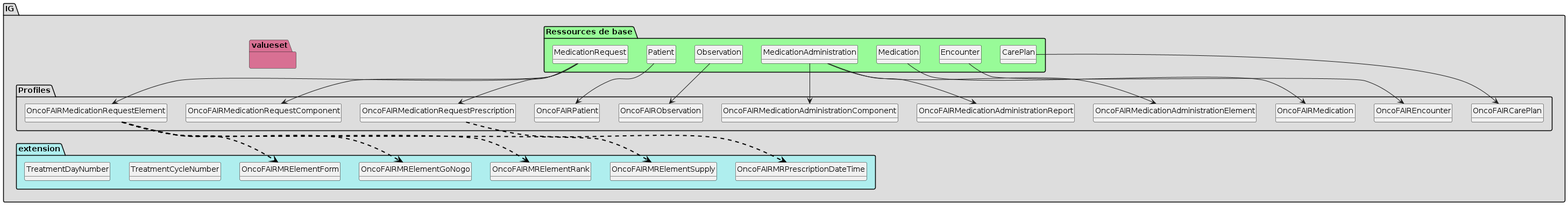
Before: mapping-pn13/plantuml/graph.png, a diagram exported from PlantUML (ONCOFAIR/FHIR-ImplementationGuide-Article).
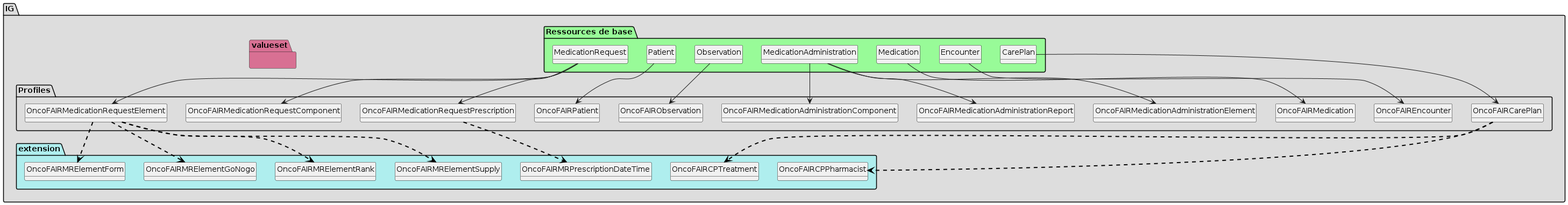
After the change.

Diff of the diagram source:
```diff
@@ -9,6 +9,17 @@
 
         class OncoFAIRCarePlan{
 
+             CarePlan.extension => [1..None]
+             CarePlan.extension:oncofair-cp-treatment => <&plus>[1..1]
+             CarePlan.extension:oncofair-cp-pharmacist => <&plus>[0..1]
+             CarePlan.identifier => [1..1]
+             CarePlan.status => [None..None]
+             CarePlan.title => [1..None]
+             CarePlan.note => [None..None]
+             CarePlan.note:indication => [0..1]
+             CarePlan.note:indication.id => [1..None]
+             CarePlan.note:comment => [0..1]
+             CarePlan.note:comment.id => [1..None]
         }
 
         class OncoFAIREncounter{
@@ -121,12 +132,45 @@
      }
      package extension #paleturquoise {
 
+     OncoFAIRCarePlan -[#black,dashed,thickness=2]-> OncoFAIRCPTreatment
+     OncoFAIRCarePlan -[#black,dashed,thickness=2]-> OncoFAIRCPPharmacist
      OncoFAIRMedicationRequestPrescription -[#black,dashed,thickness=2]-> OncoFAIRMRPrescriptionDateTime
      OncoFAIRMedicationRequestElement -[#black,dashed,thickness=2]-> OncoFAIRMRElementForm
      OncoFAIRMedicationRequestElement -[#black,dashed,thickness=2]-> OncoFAIRMRElementSupply
      OncoFAIRMedicationRequestElement -[#black,dashed,thickness=2]-> OncoFAIRMRElementRank
      OncoFAIRMedicationRequestElement -[#black,dashed,thickness=2]-> OncoFAIRMRElementGoNogo
 
+        class OncoFAIRCPPharmacist{
+
+          Extension.extension:pharmacistValidation => [0..1]
+          Extension.extension:pharmacistValidation.extension => [None..0]
+          Extension.extension:pharmacistValidation.url => [None..None]
+          Extension.extension:pharmacistValidation.value[x] => [None..None]
+          Extension.extension:pharmacistProposal => [0..1]
+          Extension.extension:pharmacistProposal.extension => [None..0]
+          Extension.extension:pharmacistProposal.url => [None..None]
+          Extension.extension:pharmacistProposal.value[x] => [None..None]
+          Extension.url => [None..None]
+          Extension.value[x] => [None..0]
+        }
+        class OncoFAIRCPTreatment{
+
+          Extension.extension => [1..None]
+          Extension.extension:treatmentRank => [0..1]
+          Extension.extension:treatmentRank.extension => [None..0]
+          Extension.extension:treatmentRank.url => [None..None]
+          Extension.extension:treatmentRank.value[x] => [None..None]
+          Extension.extension:dayRank => [0..1]
+          Extension.extension:dayRank.extension => [None..0]
+          Extension.extension:dayRank.url => [None..None]
+          Extension.extension:dayRank.value[x] => [None..None]
+          Extension.extension:dateTimeReference => [1..1]
+          Extension.extension:dateTimeReference.extension => [None..0]
+          Extension.extension:dateTimeReference.url => [None..None]
+          Extension.extension:dateTimeReference.value[x] => [None..None]
+          Extension.url => [None..None]
+          Extension.value[x] => [None..0]
+        }
         class OncoFAIRMRElementForm{
 
           Extension.extension => [None..0]
@@ -163,20 +207,6 @@
           Extension.extension => [None..0]
           Extension.url => [None..None]
           Extension.value[x] => [None..None]
-        }
-        class TreatmentCycleNumber{
-
-          Extension.extension => [None..0]
-          Extension.url => [None..None]
-          Extension.value[x] => [1..None]
-          Extension.value[x]:valueInteger => [1..1]
-        }
-        class TreatmentDayNumber{
-
-          Extension.extension => [None..0]
-          Extension.url => [None..None]
-          Extension.value[x] => [1..None]
-          Extension.value[x]:valueInteger => [1..1]
          }
      }
      package valueset #PaleVioletRed{
```
